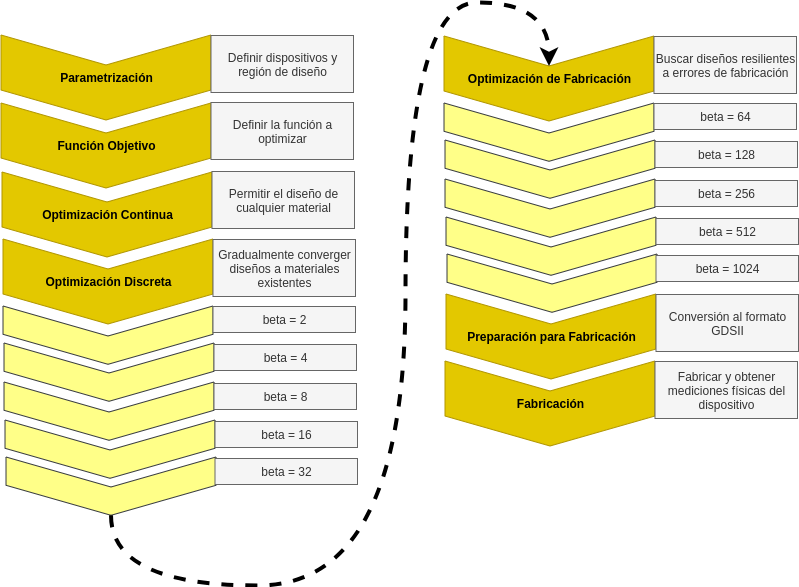
Earlier version of the draw.io export image/proposal/pipeline.png (TISparta/bachelor-tesis). Source tidied: cells renumbered, new cells last; positions are measured from the earlier drawing's top-left corner, leaving out a move shared by most shapes.
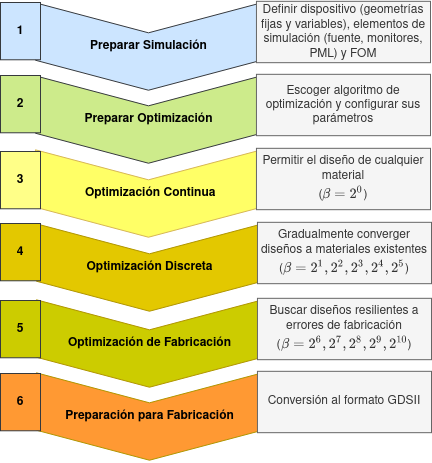
Later version of the same file.

The edit, as a diff of the source:
```diff
@@ -1,136 +1,78 @@
-<mxGraphModel>
+<mxGraphModel math="1">
   <root>
     <mxCell id="0" />
     <mxCell id="1" parent="0" />
-    <mxCell id="2" value="&lt;b&gt;Parametrización&lt;/b&gt;" style="html=1;shadow=0;dashed=0;align=center;verticalAlign=middle;shape=mxgraph.arrows2.arrow;dy=0;dx=30;notch=30;rotation=90;sketch=0;horizontal=0;fillColor=#e3c800;strokeColor=#B09500;fontColor=#000000;" parent="1" vertex="1">
-      <mxGeometry x="60" width="85" height="210" as="geometry" />
-    </mxCell>
-    <mxCell id="3" value="&lt;b&gt;Función Objetivo&lt;/b&gt;" style="html=1;shadow=0;dashed=0;align=center;verticalAlign=middle;shape=mxgraph.arrows2.arrow;dy=0;dx=30;notch=30;rotation=90;sketch=0;horizontal=0;fillColor=#e3c800;fontColor=#000000;strokeColor=#B09500;" parent="1" vertex="1">
-      <mxGeometry x="60" y="68" width="85" height="210" as="geometry" />
-    </mxCell>
+    <mxCell id="43" style="group;" parent="1" vertex="1">
+      <mxGeometry x="243" y="271.3" width="390" height="91.5" as="geometry" />
+    </mxCell>
+    <mxCell id="9" value="&lt;b&gt;Optimización Discreta&lt;/b&gt;" style="html=1;shadow=0;dashed=0;align=center;verticalAlign=middle;shape=mxgraph.arrows2.arrow;dy=0;dx=30;notch=30;rotation=90;sketch=0;horizontal=0;fillColor=#E3C800;strokeColor=#B09500;fontColor=#000000;" parent="43" vertex="1">
+      <mxGeometry x="64.3" y="-67.3" width="87.4" height="226.1" as="geometry" />
+    </mxCell>
+    <mxCell id="44" value="&lt;div&gt;Gradualmente converger diseños a materiales existentes&lt;/div&gt;&lt;div&gt;(\(\beta = 2^1, 2^2, 2^3, 2^4, 2^5\))&lt;/div&gt;" style="whiteSpace=wrap;html=1;shadow=0;dashed=0;sketch=0;fillColor=#f5f5f5;fontColor=#333333;strokeColor=#666666;" parent="43" vertex="1">
+      <mxGeometry x="216" y="0.5" width="174" height="61.4" as="geometry" />
+    </mxCell>
+    <mxCell id="45" style="group;" parent="1" vertex="1">
+      <mxGeometry x="243" y="347.3" width="390" height="91.5" as="geometry" />
+    </mxCell>
+    <mxCell id="23" value="&lt;b&gt;Optimización de Fabricación&lt;/b&gt;" style="html=1;shadow=0;dashed=0;align=center;verticalAlign=middle;shape=mxgraph.arrows2.arrow;dy=0;dx=30;notch=30;rotation=90;sketch=0;horizontal=0;fillColor=#CCCC00;strokeColor=#B09500;fontColor=#000000;" parent="45" vertex="1">
+      <mxGeometry x="64.3" y="-67.3" width="87.4" height="226.1" as="geometry" />
+    </mxCell>
+    <mxCell id="46" value="&lt;div&gt;Buscar diseños resilientes a errores de fabricación&lt;br&gt;&lt;/div&gt;&lt;div&gt;(\(\beta = 2^6, 2^7, 2^8, 2^9, 2^{10}\))&lt;/div&gt;" style="whiteSpace=wrap;html=1;shadow=0;dashed=0;sketch=0;fillColor=#f5f5f5;fontColor=#333333;strokeColor=#666666;" parent="45" vertex="1">
+      <mxGeometry x="216" y="0.5" width="174" height="61.4" as="geometry" />
+    </mxCell>
+    <mxCell id="47" style="group;" parent="1" vertex="1">
+      <mxGeometry x="242" y="197.3" width="390" height="91.5" as="geometry" />
+    </mxCell>
-    <mxCell id="4" value="&lt;b&gt;Optimización Continua&lt;/b&gt;" style="html=1;shadow=0;dashed=0;align=center;verticalAlign=middle;shape=mxgraph.arrows2.arrow;dy=0;dx=30;notch=30;rotation=90;sketch=0;horizontal=0;fillColor=#e3c800;fontColor=#000000;strokeColor=#B09500;" parent="1" vertex="1">
-      <mxGeometry x="61" y="137" width="85" height="210" as="geometry" />
+    <mxCell id="4" value="&lt;b&gt;&amp;nbsp;Optimización Continua&lt;/b&gt;" style="html=1;shadow=0;dashed=0;align=center;verticalAlign=middle;shape=mxgraph.arrows2.arrow;dy=0;dx=30;notch=30;rotation=90;sketch=0;horizontal=0;fillColor=#FFFF66;strokeColor=#d6b656;" parent="47" vertex="1">
+      <mxGeometry x="64.3" y="-67.3" width="87.4" height="226.1" as="geometry" />
     </mxCell>
-    <mxCell id="5" value="Definir dispositivos y región de diseño" style="whiteSpace=wrap;html=1;shadow=0;dashed=0;sketch=0;fillColor=#f5f5f5;fontColor=#333333;strokeColor=#666666;" parent="1" vertex="1">
-      <mxGeometry x="207.5" y="63" width="142.5" height="57" as="geometry" />
-    </mxCell>
-    <mxCell id="6" value="Definir la función a optimizar" style="whiteSpace=wrap;html=1;shadow=0;dashed=0;sketch=0;fillColor=#f5f5f5;fontColor=#333333;strokeColor=#666666;" parent="1" vertex="1">
-      <mxGeometry x="207.5" y="130" width="142.5" height="57" as="geometry" />
-    </mxCell>
-    <mxCell id="7" value="Permitir el diseño de cualquier material" style="whiteSpace=wrap;html=1;shadow=0;dashed=0;sketch=0;fillColor=#f5f5f5;fontColor=#333333;strokeColor=#666666;" parent="1" vertex="1">
-      <mxGeometry x="208.5" y="199" width="142.5" height="57" as="geometry" />
-    </mxCell>
-    <mxCell id="8" style="group;" parent="1" vertex="1">
-      <mxGeometry x="-0.5" y="266.5" width="352.5" height="85" as="geometry" />
-    </mxCell>
-    <mxCell id="9" value="&lt;b&gt;Optimización Discreta&lt;/b&gt;" style="html=1;shadow=0;dashed=0;align=center;verticalAlign=middle;shape=mxgraph.arrows2.arrow;dy=0;dx=30;notch=30;rotation=90;sketch=0;horizontal=0;fillColor=#e3c800;fontColor=#000000;strokeColor=#B09500;" parent="8" vertex="1">
-      <mxGeometry x="62.5" y="-62.5" width="85" height="210" as="geometry" />
-    </mxCell>
-    <mxCell id="10" value="Gradualmente converger diseños a materiales existentes" style="whiteSpace=wrap;html=1;shadow=0;dashed=0;sketch=0;fillColor=#f5f5f5;fontColor=#333333;strokeColor=#666666;" parent="8" vertex="1">
-      <mxGeometry x="210" y="0.5" width="142.5" height="57" as="geometry" />
-    </mxCell>
-    <mxCell id="11" style="group;" parent="1" vertex="1">
-      <mxGeometry x="-0.5" y="332.5" width="354.5" height="210.3" as="geometry" />
-    </mxCell>
-    <mxCell id="12" style="html=1;shadow=0;dashed=0;align=center;verticalAlign=middle;shape=mxgraph.arrows2.arrow;dy=0;dx=30;notch=30;rotation=90;sketch=0;horizontal=0;fillColor=#ffff88;strokeColor=#36393d;" parent="11" vertex="1">
-      <mxGeometry x="75.8" y="-74.8" width="58.3" height="210" as="geometry" />
-    </mxCell>
-    <mxCell id="13" style="html=1;shadow=0;dashed=0;align=center;verticalAlign=middle;shape=mxgraph.arrows2.arrow;dy=0;dx=30;notch=30;rotation=90;sketch=0;horizontal=0;fillColor=#ffff88;strokeColor=#36393d;" parent="11" vertex="1">
-      <mxGeometry x="76.8" y="-37.8" width="58.3" height="210" as="geometry" />
-    </mxCell>
-    <mxCell id="14" style="html=1;shadow=0;dashed=0;align=center;verticalAlign=middle;shape=mxgraph.arrows2.arrow;dy=0;dx=30;notch=30;rotation=90;sketch=0;horizontal=0;fillColor=#ffff88;strokeColor=#36393d;" parent="11" vertex="1">
-      <mxGeometry x="76.8" y="1.2" width="58.3" height="210" as="geometry" />
-    </mxCell>
-    <mxCell id="15" style="html=1;shadow=0;dashed=0;align=center;verticalAlign=middle;shape=mxgraph.arrows2.arrow;dy=0;dx=30;notch=30;rotation=90;sketch=0;horizontal=0;fillColor=#ffff88;strokeColor=#36393d;" parent="11" vertex="1">
-      <mxGeometry x="77.8" y="39.2" width="58.3" height="210" as="geometry" />
-    </mxCell>
-    <mxCell id="16" style="html=1;shadow=0;dashed=0;align=center;verticalAlign=middle;shape=mxgraph.arrows2.arrow;dy=0;dx=30;notch=30;rotation=90;sketch=0;horizontal=0;fillColor=#ffff88;strokeColor=#36393d;" parent="11" vertex="1">
-      <mxGeometry x="78.8" y="76.2" width="58.3" height="210" as="geometry" />
-    </mxCell>
-    <mxCell id="17" value="beta = 2" style="whiteSpace=wrap;html=1;shadow=0;dashed=0;sketch=0;fillColor=#f5f5f5;fontColor=#333333;strokeColor=#666666;" parent="11" vertex="1">
-      <mxGeometry x="210" y="1.5" width="142.5" height="26" as="geometry" />
-    </mxCell>
-    <mxCell id="18" value="beta = 4" style="whiteSpace=wrap;html=1;shadow=0;dashed=0;sketch=0;fillColor=#f5f5f5;fontColor=#333333;strokeColor=#666666;" parent="11" vertex="1">
-      <mxGeometry x="211" y="39.5" width="142.5" height="26" as="geometry" />
-    </mxCell>
-    <mxCell id="19" value="beta = 8" style="whiteSpace=wrap;html=1;shadow=0;dashed=0;sketch=0;fillColor=#f5f5f5;fontColor=#333333;strokeColor=#666666;" parent="11" vertex="1">
-      <mxGeometry x="211" y="78.5" width="142.5" height="26" as="geometry" />
-    </mxCell>
-    <mxCell id="20" value="beta = 16" style="whiteSpace=wrap;html=1;shadow=0;dashed=0;sketch=0;fillColor=#f5f5f5;fontColor=#333333;strokeColor=#666666;" parent="11" vertex="1">
-      <mxGeometry x="212" y="116.5" width="142.5" height="26" as="geometry" />
-    </mxCell>
-    <mxCell id="21" value="beta = 32" style="whiteSpace=wrap;html=1;shadow=0;dashed=0;sketch=0;fillColor=#f5f5f5;fontColor=#333333;strokeColor=#666666;" parent="11" vertex="1">
-      <mxGeometry x="212" y="153.5" width="142.5" height="26" as="geometry" />
-    </mxCell>
-    <mxCell id="22" style="group;" parent="1" vertex="1">
-      <mxGeometry x="440.5" y="63.5" width="352.5" height="85" as="geometry" />
-    </mxCell>
-    <mxCell id="23" value="&lt;b&gt;Optimización de Fabricación&lt;/b&gt;" style="html=1;shadow=0;dashed=0;align=center;verticalAlign=middle;shape=mxgraph.arrows2.arrow;dy=0;dx=30;notch=30;rotation=90;sketch=0;horizontal=0;fillColor=#e3c800;fontColor=#000000;strokeColor=#B09500;" parent="22" vertex="1">
-      <mxGeometry x="62.5" y="-62.5" width="85" height="210" as="geometry" />
-    </mxCell>
-    <mxCell id="24" value="Buscar diseños resilientes a errores de fabricación" style="whiteSpace=wrap;html=1;shadow=0;dashed=0;sketch=0;fillColor=#f5f5f5;fontColor=#333333;strokeColor=#666666;" parent="22" vertex="1">
-      <mxGeometry x="210" y="0.5" width="142.5" height="57" as="geometry" />
-    </mxCell>
-    <mxCell id="25" style="group;" parent="1" vertex="1">
-      <mxGeometry x="440.5" y="129.5" width="354.5" height="210.3" as="geometry" />
-    </mxCell>
-    <mxCell id="26" style="html=1;shadow=0;dashed=0;align=center;verticalAlign=middle;shape=mxgraph.arrows2.arrow;dy=0;dx=30;notch=30;rotation=90;sketch=0;horizontal=0;fillColor=#ffff88;strokeColor=#36393d;" parent="25" vertex="1">
-      <mxGeometry x="75.8" y="-74.8" width="58.3" height="210" as="geometry" />
-    </mxCell>
-    <mxCell id="27" style="html=1;shadow=0;dashed=0;align=center;verticalAlign=middle;shape=mxgraph.arrows2.arrow;dy=0;dx=30;notch=30;rotation=90;sketch=0;horizontal=0;fillColor=#ffff88;strokeColor=#36393d;" parent="25" vertex="1">
-      <mxGeometry x="76.8" y="-37.8" width="58.3" height="210" as="geometry" />
-    </mxCell>
-    <mxCell id="28" style="html=1;shadow=0;dashed=0;align=center;verticalAlign=middle;shape=mxgraph.arrows2.arrow;dy=0;dx=30;notch=30;rotation=90;sketch=0;horizontal=0;fillColor=#ffff88;strokeColor=#36393d;" parent="25" vertex="1">
-      <mxGeometry x="76.8" y="1.2" width="58.3" height="210" as="geometry" />
-    </mxCell>
-    <mxCell id="29" style="html=1;shadow=0;dashed=0;align=center;verticalAlign=middle;shape=mxgraph.arrows2.arrow;dy=0;dx=30;notch=30;rotation=90;sketch=0;horizontal=0;fillColor=#ffff88;strokeColor=#36393d;" parent="25" vertex="1">
-      <mxGeometry x="77.8" y="39.2" width="58.3" height="210" as="geometry" />
-    </mxCell>
-    <mxCell id="30" style="html=1;shadow=0;dashed=0;align=center;verticalAlign=middle;shape=mxgraph.arrows2.arrow;dy=0;dx=30;notch=30;rotation=90;sketch=0;horizontal=0;fillColor=#ffff88;strokeColor=#36393d;" parent="25" vertex="1">
-      <mxGeometry x="78.8" y="76.2" width="58.3" height="210" as="geometry" />
-    </mxCell>
-    <mxCell id="31" value="beta = 64" style="whiteSpace=wrap;html=1;shadow=0;dashed=0;sketch=0;fillColor=#f5f5f5;fontColor=#333333;strokeColor=#666666;" parent="25" vertex="1">
-      <mxGeometry x="210" y="1.5" width="142.5" height="26" as="geometry" />
-    </mxCell>
-    <mxCell id="32" value="beta = 128" style="whiteSpace=wrap;html=1;shadow=0;dashed=0;sketch=0;fillColor=#f5f5f5;fontColor=#333333;strokeColor=#666666;" parent="25" vertex="1">
-      <mxGeometry x="211" y="39.5" width="142.5" height="26" as="geometry" />
-    </mxCell>
-    <mxCell id="33" value="beta = 256" style="whiteSpace=wrap;html=1;shadow=0;dashed=0;sketch=0;fillColor=#f5f5f5;fontColor=#333333;strokeColor=#666666;" parent="25" vertex="1">
-      <mxGeometry x="211" y="78.5" width="142.5" height="26" as="geometry" />
-    </mxCell>
-    <mxCell id="34" value="beta = 512" style="whiteSpace=wrap;html=1;shadow=0;dashed=0;sketch=0;fillColor=#f5f5f5;fontColor=#333333;strokeColor=#666666;" parent="25" vertex="1">
-      <mxGeometry x="212" y="116.5" width="142.5" height="26" as="geometry" />
-    </mxCell>
-    <mxCell id="35" value="beta = 1024" style="whiteSpace=wrap;html=1;shadow=0;dashed=0;sketch=0;fillColor=#f5f5f5;fontColor=#333333;strokeColor=#666666;" parent="25" vertex="1">
-      <mxGeometry x="212" y="153.5" width="142.5" height="26" as="geometry" />
-    </mxCell>
-    <mxCell id="36" style="group;" parent="1" vertex="1">
-      <mxGeometry x="442.5" y="321.5" width="352.5" height="85" as="geometry" />
-    </mxCell>
+    <mxCell id="48" value="&lt;div&gt;Permitir el diseño de cualquier material&lt;/div&gt;&lt;div&gt;(\(\beta = 2^0\))&lt;/div&gt;" style="whiteSpace=wrap;html=1;shadow=0;dashed=0;sketch=0;fillColor=#f5f5f5;fontColor=#333333;strokeColor=#666666;" parent="47" vertex="1">
+      <mxGeometry x="216" y="0.5" width="174" height="61.4" as="geometry" />
+    </mxCell>
+    <mxCell id="49" style="group;" parent="1" vertex="1">
+      <mxGeometry x="242" y="123.3" width="390" height="91.5" as="geometry" />
+    </mxCell>
+    <mxCell id="50" value="&lt;b&gt;Preparar Optimización&lt;br&gt;&lt;/b&gt;" style="html=1;shadow=0;dashed=0;align=center;verticalAlign=middle;shape=mxgraph.arrows2.arrow;dy=0;dx=30;notch=30;rotation=90;sketch=0;horizontal=0;fillColor=#cdeb8b;strokeColor=#36393d;" parent="49" vertex="1">
+      <mxGeometry x="64.3" y="-67.3" width="87.4" height="226.1" as="geometry" />
+    </mxCell>
+    <mxCell id="51" value="Escoger algoritmo de optimización y configurar sus parámetros" style="whiteSpace=wrap;html=1;shadow=0;dashed=0;sketch=0;fillColor=#f5f5f5;fontColor=#333333;strokeColor=#666666;" parent="49" vertex="1">
+      <mxGeometry x="216" y="0.5" width="174" height="61.4" as="geometry" />
+    </mxCell>
+    <mxCell id="52" style="group;" parent="1" vertex="1">
+      <mxGeometry x="242" y="50.3" width="390" height="91.5" as="geometry" />
+    </mxCell>
+    <mxCell id="53" value="&lt;b&gt;Preparar Simulación&lt;br&gt;&lt;/b&gt;" style="html=1;shadow=0;dashed=0;align=center;verticalAlign=middle;shape=mxgraph.arrows2.arrow;dy=0;dx=30;notch=30;rotation=90;sketch=0;horizontal=0;fillColor=#cce5ff;strokeColor=#36393d;" parent="52" vertex="1">
+      <mxGeometry x="64.3" y="-67.3" width="87.4" height="226.1" as="geometry" />
+    </mxCell>
+    <mxCell id="54" value="Definir dispositivo (geometrías fijas y variables), elementos de simulación (fuente, monitores, PML) y FOM" style="whiteSpace=wrap;html=1;shadow=0;dashed=0;sketch=0;fillColor=#f5f5f5;fontColor=#333333;strokeColor=#666666;" parent="52" vertex="1">
+      <mxGeometry x="216" y="0.5" width="174" height="61.4" as="geometry" />
+    </mxCell>
+    <mxCell id="55" style="group;" parent="1" vertex="1">
+      <mxGeometry x="243" y="420.3" width="390" height="91.5" as="geometry" />
+    </mxCell>
-    <mxCell id="37" value="&lt;b&gt;Preparación para Fabricación&lt;/b&gt;" style="html=1;shadow=0;dashed=0;align=center;verticalAlign=middle;shape=mxgraph.arrows2.arrow;dy=0;dx=30;notch=30;rotation=90;sketch=0;horizontal=0;fillColor=#e3c800;fontColor=#000000;strokeColor=#B09500;" parent="36" vertex="1">
-      <mxGeometry x="62.5" y="-62.5" width="85" height="210" as="geometry" />
+    <mxCell id="37" value="&lt;b&gt;Preparación para Fabricación&lt;/b&gt;" style="html=1;shadow=0;dashed=0;align=center;verticalAlign=middle;shape=mxgraph.arrows2.arrow;dy=0;dx=30;notch=30;rotation=90;sketch=0;horizontal=0;fillColor=#FF9933;strokeColor=#B09500;fontColor=#000000;" parent="55" vertex="1">
+      <mxGeometry x="64.3" y="-67.3" width="87.4" height="226.1" as="geometry" />
     </mxCell>
-    <mxCell id="38" value="Conversión al formato GDSII" style="whiteSpace=wrap;html=1;shadow=0;dashed=0;sketch=0;fillColor=#f5f5f5;fontColor=#333333;strokeColor=#666666;" parent="36" vertex="1">
-      <mxGeometry x="210" y="0.5" width="142.5" height="57" as="geometry" />
+    <mxCell id="38" value="Conversión al formato GDSII" style="whiteSpace=wrap;html=1;shadow=0;dashed=0;sketch=0;fillColor=#f5f5f5;fontColor=#333333;strokeColor=#666666;" parent="55" vertex="1">
+      <mxGeometry x="216" y="0.5" width="174" height="61.4" as="geometry" />
     </mxCell>
-    <mxCell id="39" style="group;" parent="1" vertex="1">
-      <mxGeometry x="441.5" y="388.5" width="352.5" height="85" as="geometry" />
-    </mxCell>
-    <mxCell id="40" value="&lt;b&gt;Fabricación&lt;/b&gt;" style="html=1;shadow=0;dashed=0;align=center;verticalAlign=middle;shape=mxgraph.arrows2.arrow;dy=0;dx=30;notch=30;rotation=90;sketch=0;horizontal=0;fillColor=#e3c800;fontColor=#000000;strokeColor=#B09500;" parent="39" vertex="1">
-      <mxGeometry x="62.5" y="-62.5" width="85" height="210" as="geometry" />
-    </mxCell>
-    <mxCell id="41" value="Fabricar y obtener mediciones físicas del dispositivo" style="whiteSpace=wrap;html=1;shadow=0;dashed=0;sketch=0;fillColor=#f5f5f5;fontColor=#333333;strokeColor=#666666;" parent="39" vertex="1">
-      <mxGeometry x="210" y="0.5" width="142.5" height="57" as="geometry" />
-    </mxCell>
-    <mxCell id="42" style="edgeStyle=orthogonalEdgeStyle;rounded=0;jettySize=auto;html=1;entryX=0;entryY=0.5;entryDx=30;entryDy=0;entryPerimeter=0;curved=1;exitX=1;exitY=0.5;exitDx=0;exitDy=0;exitPerimeter=0;dashed=1;strokeWidth=4;" parent="1" edge="1" source="16" target="23">
-      <mxGeometry relative="1" as="geometry">
-        <Array as="points">
-          <mxPoint x="108" y="613" />
-          <mxPoint x="402" y="613" />
-          <mxPoint x="402" y="30" />
-          <mxPoint x="546" y="30" />
-        </Array>
-      </mxGeometry>
-    </mxCell>
+    <mxCell id="56" value="1" style="rounded=0;whiteSpace=wrap;html=1;labelBackgroundColor=none;fillColor=#cce5ff;strokeColor=#36393d;fontColor=#000000;fontStyle=1;" parent="1" vertex="1">
+      <mxGeometry x="202" y="52" width="40" height="57.3" as="geometry" />
+    </mxCell>
+    <mxCell id="57" value="&lt;b&gt;2&lt;/b&gt;" style="rounded=0;whiteSpace=wrap;html=1;labelBackgroundColor=none;fillColor=#cdeb8b;strokeColor=#36393d;" parent="1" vertex="1">
+      <mxGeometry x="202" y="125" width="40" height="57.3" as="geometry" />
+    </mxCell>
+    <mxCell id="58" value="&lt;b&gt;3&lt;/b&gt;" style="rounded=0;whiteSpace=wrap;html=1;labelBackgroundColor=none;fillColor=#ffff88;strokeColor=#36393d;" parent="1" vertex="1">
+      <mxGeometry x="202" y="201" width="40" height="57.3" as="geometry" />
+    </mxCell>
+    <mxCell id="59" value="&lt;b&gt;4&lt;/b&gt;" style="rounded=0;whiteSpace=wrap;html=1;labelBackgroundColor=none;fillColor=#E3C800;strokeColor=#36393d;fontColor=#000000;" parent="1" vertex="1">
+      <mxGeometry x="202" y="273" width="40" height="57.3" as="geometry" />
+    </mxCell>
+    <mxCell id="60" value="5" style="rounded=0;whiteSpace=wrap;html=1;labelBackgroundColor=none;fillColor=#CCCC00;strokeColor=#36393d;fontColor=#000000;fontStyle=1;" parent="1" vertex="1">
+      <mxGeometry x="202" y="350" width="40" height="57.3" as="geometry" />
+    </mxCell>
+    <mxCell id="61" value="6" style="rounded=0;whiteSpace=wrap;html=1;labelBackgroundColor=none;fillColor=#FF9933;strokeColor=#36393d;fontColor=#000000;fontStyle=1;" parent="1" vertex="1">
+      <mxGeometry x="202" y="423" width="40" height="57.3" as="geometry" />
+    </mxCell>
   </root>
 </mxGraphModel>
```
